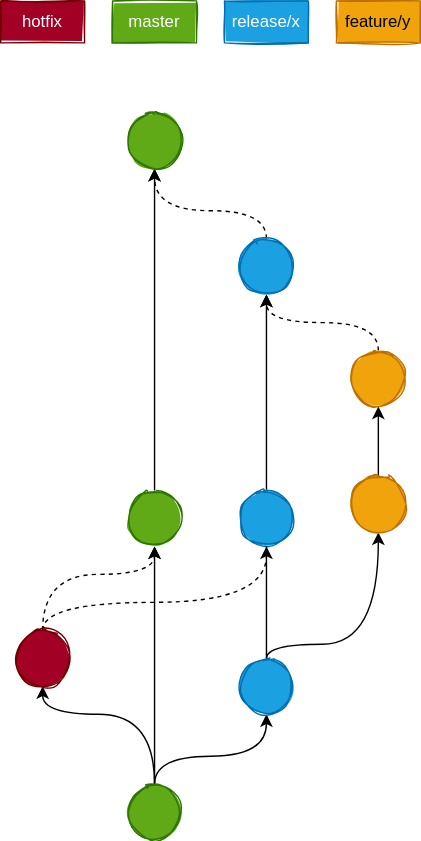
The draw.io diagram docs/assets/images/branching-model/base.svg in deaf-adder/deafadder-container, before a commit. Source tidied: cells renumbered, new cells last; positions are measured from the earlier drawing's top-left corner, leaving out a move shared by most shapes.
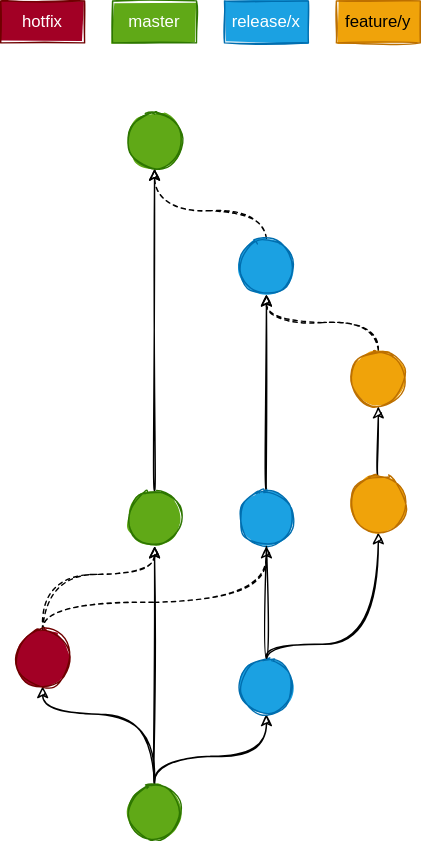
After the change.

Diff of the diagram source:
```diff
@@ -2,7 +2,7 @@
   <root>
     <mxCell id="0" />
     <mxCell id="1" parent="0" />
-    <mxCell id="2" style="edgeStyle=orthogonalEdgeStyle;jettySize=auto;html=1;curved=1;" parent="1" edge="1" source="6" target="10">
+    <mxCell id="2" style="edgeStyle=orthogonalEdgeStyle;jettySize=auto;html=1;curved=1;sketch=1;" parent="1" edge="1" source="6" target="10">
       <mxGeometry relative="1" as="geometry">
         <Array as="points">
           <mxPoint x="110" y="540" />
@@ -10,10 +10,10 @@
         </Array>
       </mxGeometry>
     </mxCell>
-    <mxCell id="3" style="edgeStyle=orthogonalEdgeStyle;curved=1;jettySize=auto;html=1;entryX=0.5;entryY=1;entryDx=0;entryDy=0;startArrow=none;" parent="1" edge="1" source="23" target="17">
+    <mxCell id="3" style="edgeStyle=orthogonalEdgeStyle;curved=1;jettySize=auto;html=1;entryX=0.5;entryY=1;entryDx=0;entryDy=0;startArrow=none;sketch=1;" parent="1" edge="1" source="23" target="17">
       <mxGeometry relative="1" as="geometry" />
     </mxCell>
-    <mxCell id="4" style="edgeStyle=orthogonalEdgeStyle;curved=1;jettySize=auto;html=1;entryX=0.5;entryY=1;entryDx=0;entryDy=0;" parent="1" edge="1" source="6" target="22">
+    <mxCell id="4" style="edgeStyle=orthogonalEdgeStyle;curved=1;jettySize=auto;html=1;entryX=0.5;entryY=1;entryDx=0;entryDy=0;sketch=1;" parent="1" edge="1" source="6" target="22">
       <mxGeometry relative="1" as="geometry">
         <Array as="points">
           <mxPoint x="110" y="510" />
@@ -21,7 +21,7 @@
         </Array>
       </mxGeometry>
     </mxCell>
-    <mxCell id="5" style="edgeStyle=orthogonalEdgeStyle;curved=1;jettySize=auto;html=1;" parent="1" edge="1" source="6" target="23">
+    <mxCell id="5" style="edgeStyle=orthogonalEdgeStyle;curved=1;jettySize=auto;html=1;sketch=1;" parent="1" edge="1" source="6" target="23">
       <mxGeometry relative="1" as="geometry" />
     </mxCell>
     <mxCell id="6" style="ellipse;whiteSpace=wrap;html=1;sketch=1;fillColor=#60a917;strokeColor=#2D7600;fontColor=#ffffff;fillStyle=solid;" parent="1" vertex="1">
@@ -30,7 +30,7 @@
     <mxCell id="7" value="master" style="rounded=0;whiteSpace=wrap;html=1;sketch=1;fillColor=#60a917;strokeColor=#2D7600;fontColor=#ffffff;fillStyle=solid;" parent="1" vertex="1">
       <mxGeometry x="80" width="60" height="30" as="geometry" />
     </mxCell>
-    <mxCell id="8" style="edgeStyle=orthogonalEdgeStyle;curved=1;jettySize=auto;html=1;" parent="1" edge="1" source="10" target="12">
+    <mxCell id="8" style="edgeStyle=orthogonalEdgeStyle;curved=1;jettySize=auto;html=1;sketch=1;" parent="1" edge="1" source="10" target="12">
       <mxGeometry relative="1" as="geometry">
         <Array as="points">
           <mxPoint x="190" y="460" />
@@ -38,19 +38,19 @@
         </Array>
       </mxGeometry>
     </mxCell>
-    <mxCell id="9" style="edgeStyle=orthogonalEdgeStyle;curved=1;jettySize=auto;html=1;entryX=0.5;entryY=1;entryDx=0;entryDy=0;startArrow=none;" parent="1" edge="1" source="24" target="16">
+    <mxCell id="9" style="edgeStyle=orthogonalEdgeStyle;curved=1;jettySize=auto;html=1;entryX=0.5;entryY=1;entryDx=0;entryDy=0;startArrow=none;sketch=1;" parent="1" edge="1" source="24" target="16">
       <mxGeometry relative="1" as="geometry" />
     </mxCell>
     <mxCell id="10" style="ellipse;whiteSpace=wrap;html=1;sketch=1;fillColor=#1ba1e2;strokeColor=#006EAF;fontColor=#ffffff;fillStyle=solid;" parent="1" vertex="1">
       <mxGeometry x="170" y="470" width="40" height="40" as="geometry" />
     </mxCell>
-    <mxCell id="11" style="edgeStyle=orthogonalEdgeStyle;curved=1;jettySize=auto;html=1;entryX=0.5;entryY=1;entryDx=0;entryDy=0;" parent="1" edge="1" source="12" target="14">
+    <mxCell id="11" style="edgeStyle=orthogonalEdgeStyle;curved=1;jettySize=auto;html=1;entryX=0.5;entryY=1;entryDx=0;entryDy=0;sketch=1;" parent="1" edge="1" source="12" target="14">
       <mxGeometry relative="1" as="geometry" />
     </mxCell>
     <mxCell id="12" style="ellipse;whiteSpace=wrap;html=1;sketch=1;fillColor=#f0a30a;strokeColor=#BD7000;fontColor=#000000;fillStyle=solid;" parent="1" vertex="1">
       <mxGeometry x="250" y="340" width="40" height="40" as="geometry" />
     </mxCell>
-    <mxCell id="13" style="edgeStyle=orthogonalEdgeStyle;curved=1;jettySize=auto;html=1;entryX=0.5;entryY=1;entryDx=0;entryDy=0;dashed=1;" parent="1" edge="1" source="14" target="16">
+    <mxCell id="13" style="edgeStyle=orthogonalEdgeStyle;curved=1;jettySize=auto;html=1;entryX=0.5;entryY=1;entryDx=0;entryDy=0;dashed=1;sketch=1;" parent="1" edge="1" source="14" target="16">
       <mxGeometry relative="1" as="geometry">
         <Array as="points">
           <mxPoint x="270" y="230" />
@@ -61,7 +61,7 @@
     <mxCell id="14" style="ellipse;whiteSpace=wrap;html=1;sketch=1;fillColor=#f0a30a;strokeColor=#BD7000;fontColor=#000000;fillStyle=solid;" parent="1" vertex="1">
       <mxGeometry x="250" y="250" width="40" height="40" as="geometry" />
     </mxCell>
-    <mxCell id="15" style="edgeStyle=orthogonalEdgeStyle;curved=1;jettySize=auto;html=1;entryX=0.5;entryY=1;entryDx=0;entryDy=0;dashed=1;" parent="1" edge="1" source="16" target="17">
+    <mxCell id="15" style="edgeStyle=orthogonalEdgeStyle;curved=1;jettySize=auto;html=1;entryX=0.5;entryY=1;entryDx=0;entryDy=0;dashed=1;sketch=1;" parent="1" edge="1" source="16" target="17">
       <mxGeometry relative="1" as="geometry">
         <Array as="points">
           <mxPoint x="190" y="150" />
@@ -81,7 +81,7 @@
     <mxCell id="19" value="feature/y" style="rounded=0;whiteSpace=wrap;html=1;sketch=1;fillColor=#f0a30a;strokeColor=#BD7000;fontColor=#000000;fillStyle=solid;" parent="1" vertex="1">
       <mxGeometry x="240" width="60" height="30" as="geometry" />
     </mxCell>
-    <mxCell id="20" style="edgeStyle=orthogonalEdgeStyle;curved=1;jettySize=auto;html=1;dashed=1;" parent="1" edge="1" source="22" target="23">
+    <mxCell id="20" style="edgeStyle=orthogonalEdgeStyle;curved=1;jettySize=auto;html=1;dashed=1;sketch=1;" parent="1" edge="1" source="22" target="23">
       <mxGeometry relative="1" as="geometry">
         <Array as="points">
           <mxPoint x="30" y="410" />
@@ -89,7 +89,7 @@
         </Array>
       </mxGeometry>
     </mxCell>
-    <mxCell id="21" style="edgeStyle=orthogonalEdgeStyle;curved=1;jettySize=auto;html=1;dashed=1;" parent="1" edge="1" source="22" target="24">
+    <mxCell id="21" style="edgeStyle=orthogonalEdgeStyle;curved=1;jettySize=auto;html=1;dashed=1;sketch=1;" parent="1" edge="1" source="22" target="24">
       <mxGeometry relative="1" as="geometry">
         <Array as="points">
           <mxPoint x="30" y="430" />
@@ -106,7 +106,7 @@
     <mxCell id="24" style="ellipse;whiteSpace=wrap;html=1;sketch=1;fillColor=#1ba1e2;strokeColor=#006EAF;fontColor=#ffffff;fillStyle=solid;" parent="1" vertex="1">
       <mxGeometry x="170" y="350" width="40" height="40" as="geometry" />
     </mxCell>
-    <mxCell id="25" style="edgeStyle=orthogonalEdgeStyle;curved=1;jettySize=auto;html=1;entryX=0.5;entryY=1;entryDx=0;entryDy=0;endArrow=none;" parent="1" edge="1" source="10" target="24">
+    <mxCell id="25" style="edgeStyle=orthogonalEdgeStyle;curved=1;jettySize=auto;html=1;entryX=0.5;entryY=1;entryDx=0;entryDy=0;endArrow=none;sketch=1;" parent="1" edge="1" source="10" target="24">
       <mxGeometry relative="1" as="geometry" />
     </mxCell>
     <mxCell id="26" value="hotfix" style="rounded=0;whiteSpace=wrap;html=1;sketch=1;fillColor=#a20025;strokeColor=#6F0000;fontColor=#ffffff;fillStyle=solid;" parent="1" vertex="1">
```
